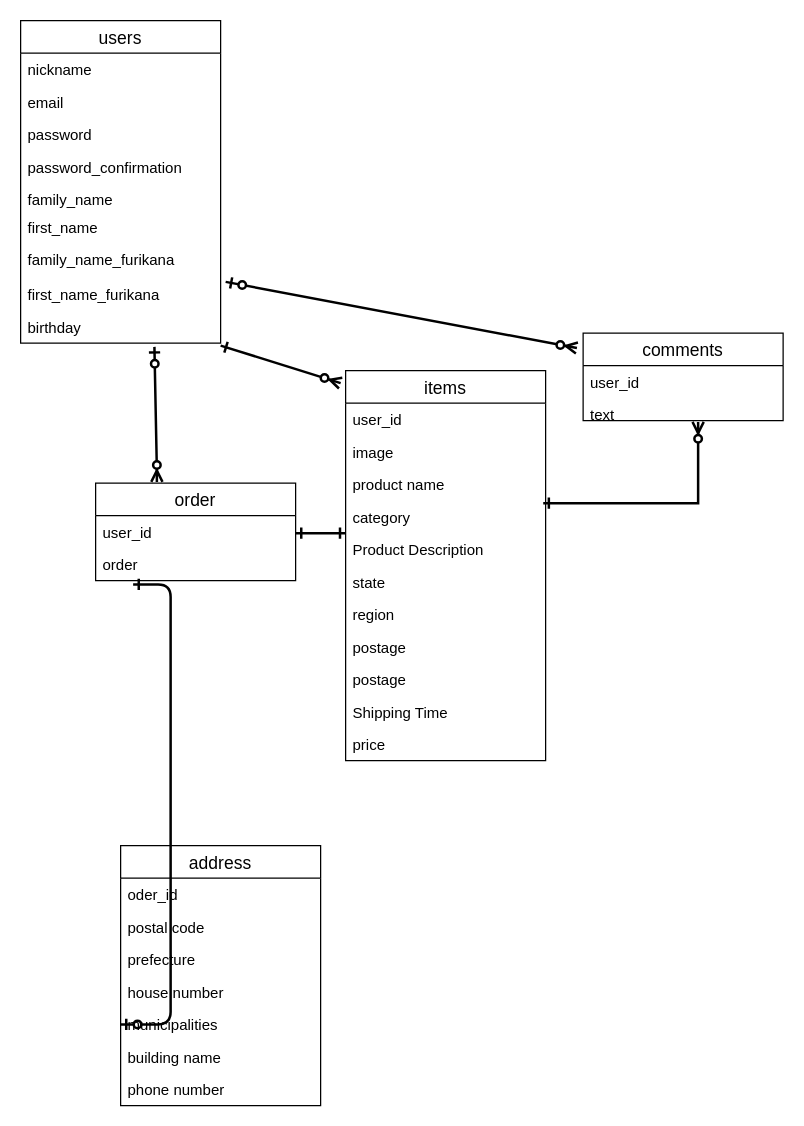
Earlier version of the draw.io diagram furima.dio (yukii5/furima-30416). Source tidied: cells renumbered, new cells numbered last; positions are measured from the earlier drawing's top-left corner, leaving out a move shared by most shapes. Both pictures are drawn from the tidied source at 125%, with x=0, y=0 at pixel (20, 20).
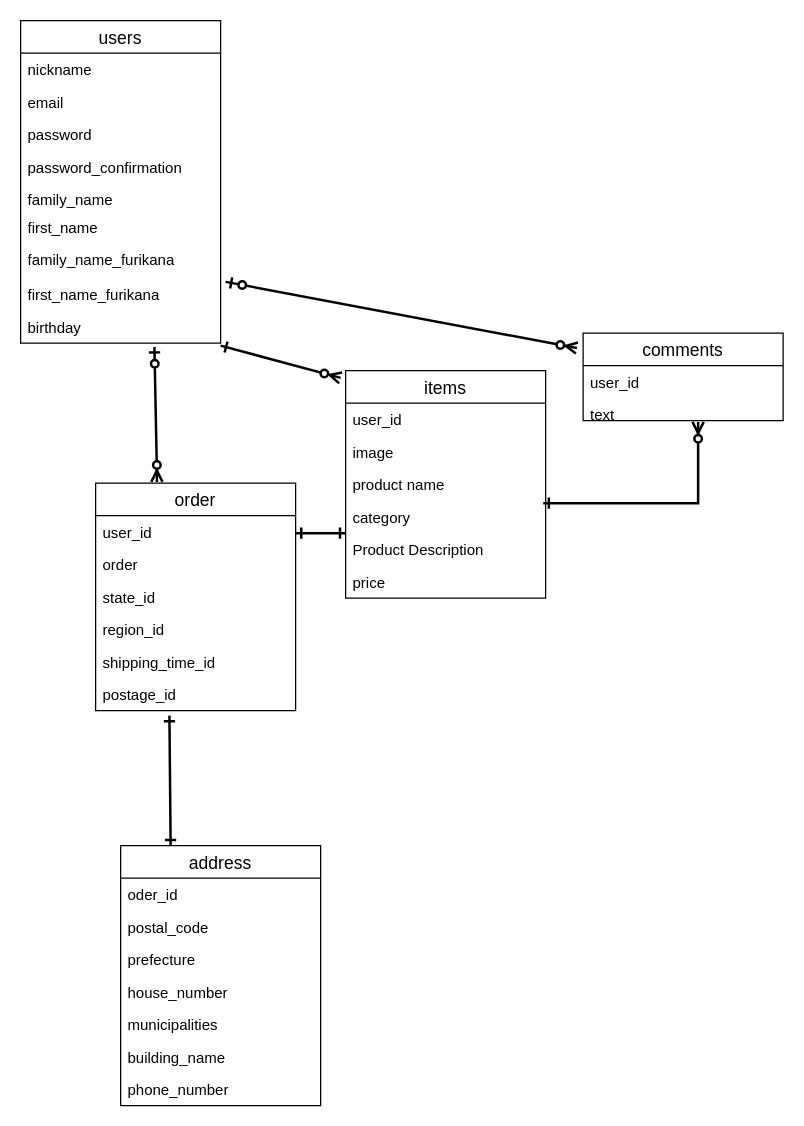
The same diagram, later.

Unchanged cells that the change refers to:
```xml
<mxCell id="36" value="address" style="swimlane;fontStyle=0;horizontal=1;startSize=26;align=center;fontSize=14;fillColor=none;gradientColor=none;" parent="1" vertex="1">
  <mxGeometry x="80" y="660" width="160" height="208" as="geometry" />
</mxCell>
<mxCell id="41" value="municipalities" style="text;strokeColor=none;fillColor=none;spacingLeft=4;spacingRight=4;overflow=hidden;points=[[0,0.5],[1,0.5]];portConstraint=eastwest;fontSize=12;" parent="36" vertex="1">
  <mxGeometry y="130" width="160" height="26" as="geometry" />
</mxCell>
```

Change to the diagram source:
```diff
@@
-    <mxCell id="12" style="edgeStyle=entityRelationEdgeStyle;fontSize=12;html=1;endArrow=ERzeroToOne;startArrow=ERone;entryX=0;entryY=0.5;entryDx=0;entryDy=0;startFill=0;endFill=1;strokeWidth=2;" parent="1" edge="1" target="41">
-      <mxGeometry relative="1" as="geometry">
-        <mxPoint x="90" y="451" as="sourcePoint" />
-      </mxGeometry>
-    </mxCell>
@@
     <mxCell id="19" value="items" style="swimlane;fontStyle=0;horizontal=1;startSize=26;align=center;fontSize=14;fillColor=none;gradientColor=none;" parent="1" vertex="1">
-      <mxGeometry x="260" y="280" width="160" height="312" as="geometry" />
+      <mxGeometry x="260" y="280" width="160" height="182" as="geometry" />
     </mxCell>
@@
-    <mxCell id="25" value="state" style="text;strokeColor=none;fillColor=none;spacingLeft=4;spacingRight=4;overflow=hidden;fontSize=12;" parent="19" vertex="1">
-      <mxGeometry y="156" width="160" height="26" as="geometry" />
-    </mxCell>
-    <mxCell id="26" value="region" style="text;strokeColor=none;fillColor=none;spacingLeft=4;spacingRight=4;overflow=hidden;fontSize=12;" parent="19" vertex="1">
-      <mxGeometry y="182" width="160" height="26" as="geometry" />
-    </mxCell>
-    <mxCell id="27" value="postage" style="text;strokeColor=none;fillColor=none;spacingLeft=4;spacingRight=4;overflow=hidden;fontSize=12;" parent="19" vertex="1">
-      <mxGeometry y="208" width="160" height="26" as="geometry" />
-    </mxCell>
-    <mxCell id="28" value="postage" style="text;strokeColor=none;fillColor=none;spacingLeft=4;spacingRight=4;overflow=hidden;points=[[0,0.5],[1,0.5]];portConstraint=eastwest;fontSize=12;" parent="19" vertex="1">
-      <mxGeometry y="234" width="160" height="26" as="geometry" />
-    </mxCell>
-    <mxCell id="29" value="Shipping Time" style="text;strokeColor=none;fillColor=none;spacingLeft=4;spacingRight=4;overflow=hidden;fontSize=12;" parent="19" vertex="1">
-      <mxGeometry y="260" width="160" height="26" as="geometry" />
-    </mxCell>
     <mxCell id="30" value="price" style="text;strokeColor=none;fillColor=none;spacingLeft=4;spacingRight=4;overflow=hidden;fontSize=12;" parent="19" vertex="1">
-      <mxGeometry y="286" width="160" height="26" as="geometry" />
+      <mxGeometry y="156" width="160" height="26" as="geometry" />
     </mxCell>
     <mxCell id="31" value="order" style="swimlane;fontStyle=0;horizontal=1;startSize=26;align=center;fontSize=14;" parent="1" vertex="1">
-      <mxGeometry x="60" y="370" width="160" height="78" as="geometry" />
+      <mxGeometry x="60" y="370" width="160" height="182" as="geometry" />
     </mxCell>
@@
+    <mxCell id="25" value="state_id" style="text;strokeColor=none;fillColor=none;spacingLeft=4;spacingRight=4;overflow=hidden;fontSize=12;" parent="31" vertex="1">
+      <mxGeometry y="78" width="160" height="26" as="geometry" />
+    </mxCell>
+    <mxCell id="26" value="region_id" style="text;strokeColor=none;fillColor=none;spacingLeft=4;spacingRight=4;overflow=hidden;fontSize=12;" parent="31" vertex="1">
+      <mxGeometry y="104" width="160" height="26" as="geometry" />
+    </mxCell>
+    <mxCell id="29" value="shipping_time_id" style="text;strokeColor=none;fillColor=none;spacingLeft=4;spacingRight=4;overflow=hidden;fontSize=12;" parent="31" vertex="1">
+      <mxGeometry y="130" width="160" height="26" as="geometry" />
+    </mxCell>
+    <mxCell id="28" value="postage_id" style="text;strokeColor=none;fillColor=none;spacingLeft=4;spacingRight=4;overflow=hidden;points=[[0,0.5],[1,0.5]];portConstraint=eastwest;fontSize=12;" parent="31" vertex="1">
+      <mxGeometry y="156" width="160" height="26" as="geometry" />
+    </mxCell>
@@
-    <mxCell id="38" value="postal code" style="text;strokeColor=none;fillColor=none;spacingLeft=4;spacingRight=4;overflow=hidden;fontSize=12;" parent="36" vertex="1">
+    <mxCell id="38" value="postal_code" style="text;strokeColor=none;fillColor=none;spacingLeft=4;spacingRight=4;overflow=hidden;fontSize=12;" parent="36" vertex="1">
       <mxGeometry y="52" width="160" height="26" as="geometry" />
     </mxCell>
@@
-    <mxCell id="40" value="house number" style="text;strokeColor=none;fillColor=none;spacingLeft=4;spacingRight=4;overflow=hidden;fontSize=12;" parent="36" vertex="1">
+    <mxCell id="40" value="house_number" style="text;strokeColor=none;fillColor=none;spacingLeft=4;spacingRight=4;overflow=hidden;fontSize=12;" parent="36" vertex="1">
       <mxGeometry y="104" width="160" height="26" as="geometry" />
     </mxCell>
@@
-    <mxCell id="42" value="building name&#10;" style="text;strokeColor=none;fillColor=none;spacingLeft=4;spacingRight=4;overflow=hidden;fontSize=12;" parent="36" vertex="1">
+    <mxCell id="42" value="building_name&#10;" style="text;strokeColor=none;fillColor=none;spacingLeft=4;spacingRight=4;overflow=hidden;fontSize=12;" parent="36" vertex="1">
       <mxGeometry y="156" width="160" height="26" as="geometry" />
     </mxCell>
-    <mxCell id="43" value="phone number" style="text;strokeColor=none;fillColor=none;spacingLeft=4;spacingRight=4;overflow=hidden;fontSize=12;" parent="36" vertex="1">
+    <mxCell id="43" value="phone_number" style="text;strokeColor=none;fillColor=none;spacingLeft=4;spacingRight=4;overflow=hidden;fontSize=12;" parent="36" vertex="1">
       <mxGeometry y="182" width="160" height="26" as="geometry" />
     </mxCell>
+    <mxCell id="44" style="endArrow=ERone;html=1;rounded=0;exitX=0.25;exitY=0;exitDx=0;exitDy=0;entryX=0.369;entryY=1.154;entryDx=0;entryDy=0;entryPerimeter=0;strokeWidth=2;startArrow=ERone;startFill=0;endFill=0;" parent="1" edge="1" source="36" target="28">
+      <mxGeometry relative="1" as="geometry" />
+    </mxCell>
```
